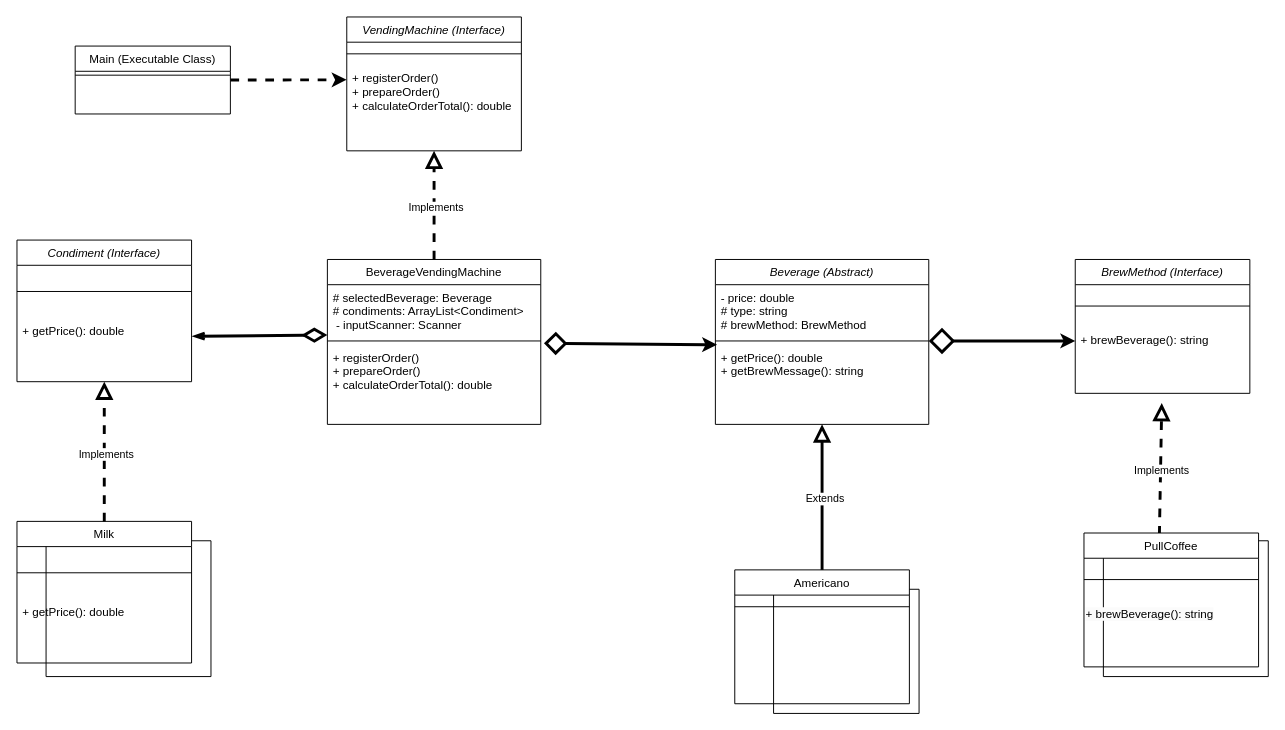
Before: diagrams/cs_665_assignment_1.drawio in 1-8192/bu_cs_655_assignment_1_allegranzi, a draw.io diagram. Source tidied: cells renumbered, new cells numbered last; positions are measured from the earlier drawing's top-left corner, leaving out a move shared by most shapes. Both pictures are drawn from the tidied source at 97%, with x=0, y=0 at pixel (16, 16).
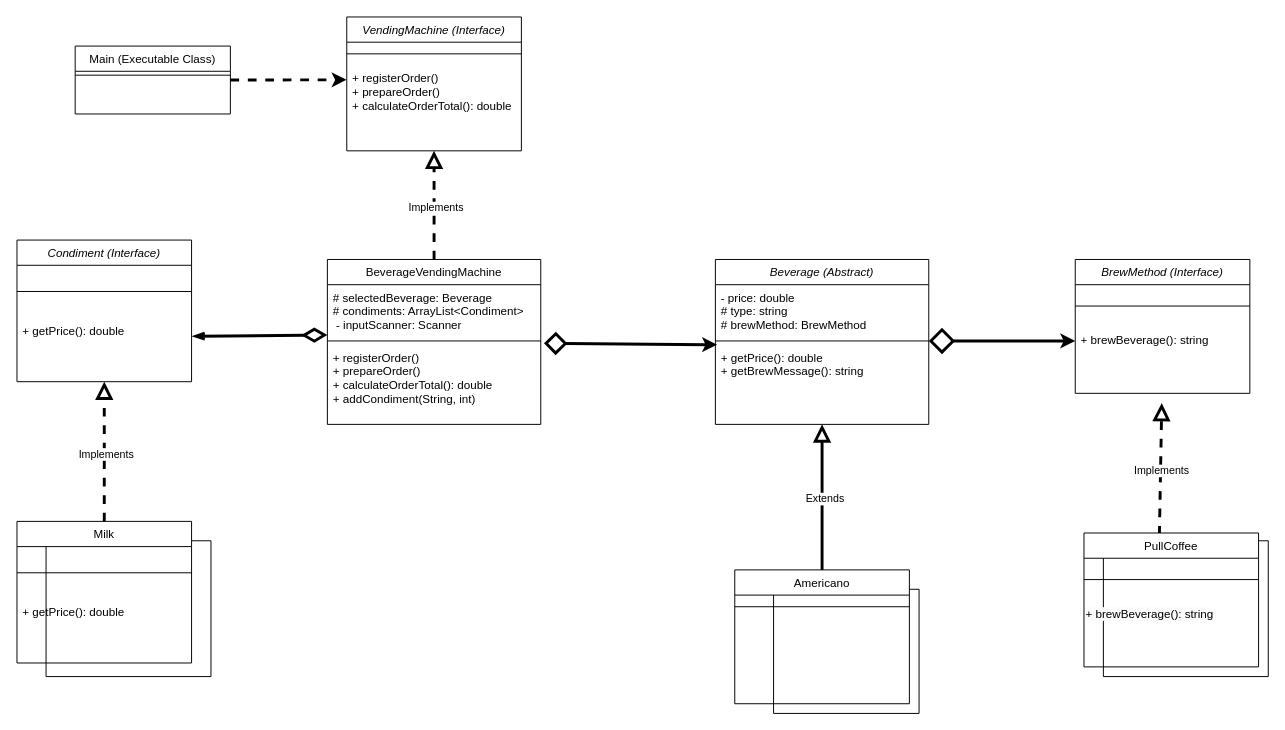
The same diagram, later.

The change refers to these unchanged cells:
```xml
<mxCell id="7" value="BeverageVendingMachine" style="swimlane;fontStyle=0;align=center;verticalAlign=top;horizontal=1;startSize=26;rounded=0;shadow=0;strokeWidth=1;" parent="1" vertex="1">
  <mxGeometry x="320" y="250" width="220" height="170" as="geometry" />
</mxCell>
```

What changed in the source:
```diff
@@
-    <mxCell id="10" value="+ registerOrder()&#10;+ prepareOrder()&#10;+ calculateOrderTotal(): double" style="text;align=left;verticalAlign=top;spacingLeft=4;spacingRight=4;overflow=hidden;points=[[0,0.5],[1,0.5]];portConstraint=eastwest;" parent="7" vertex="1">
+    <mxCell id="10" value="+ registerOrder()&#10;+ prepareOrder()&#10;+ calculateOrderTotal(): double&#10;+ addCondiment(String, int)" style="text;align=left;verticalAlign=top;spacingLeft=4;spacingRight=4;overflow=hidden;points=[[0,0.5],[1,0.5]];portConstraint=eastwest;" parent="7" vertex="1">
       <mxGeometry y="88" width="220" height="62" as="geometry" />
     </mxCell>
```
